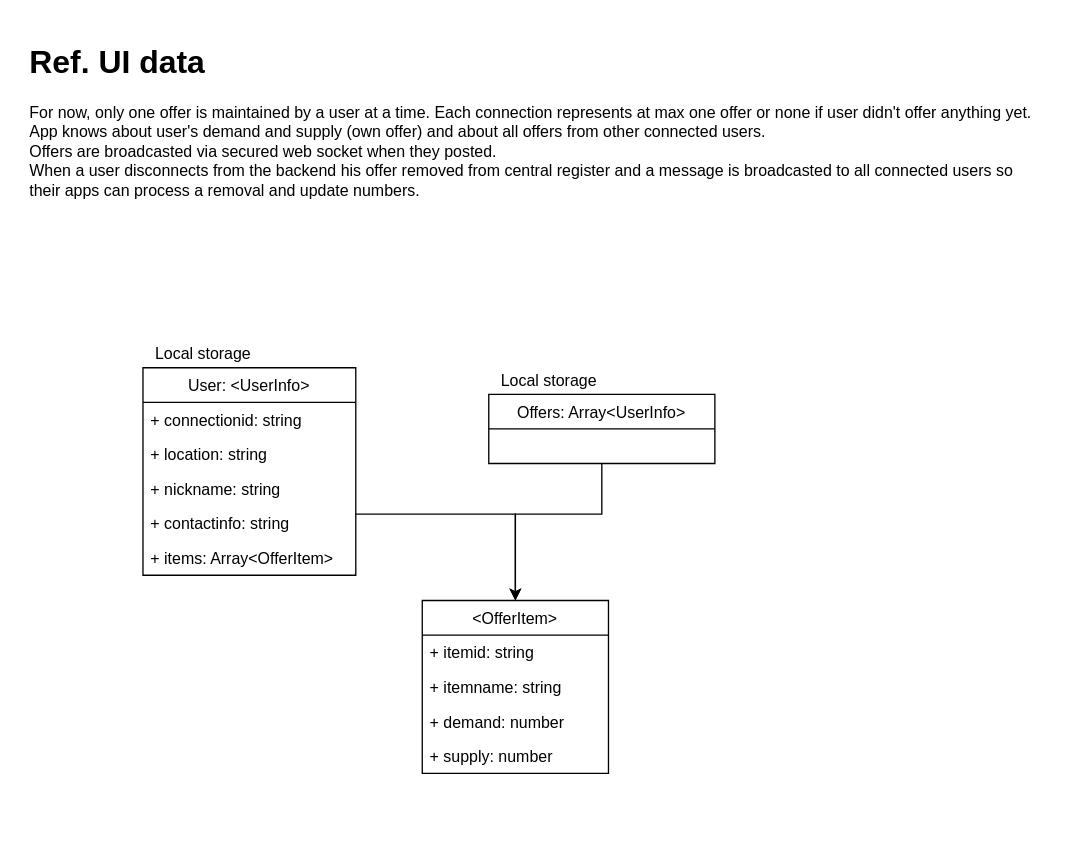
This is page "Datamodel" (2 of 7) of specs/Overview.drawio from cptn-solo/edmarketplace, a draw.io file, before an edit. Source tidied: cells renumbered, new cells numbered last; positions are measured from the earlier drawing's top-left corner, leaving out a move shared by most shapes. Both pictures are drawn from the tidied source at 133%, with x=0, y=0 at pixel (23, 36).
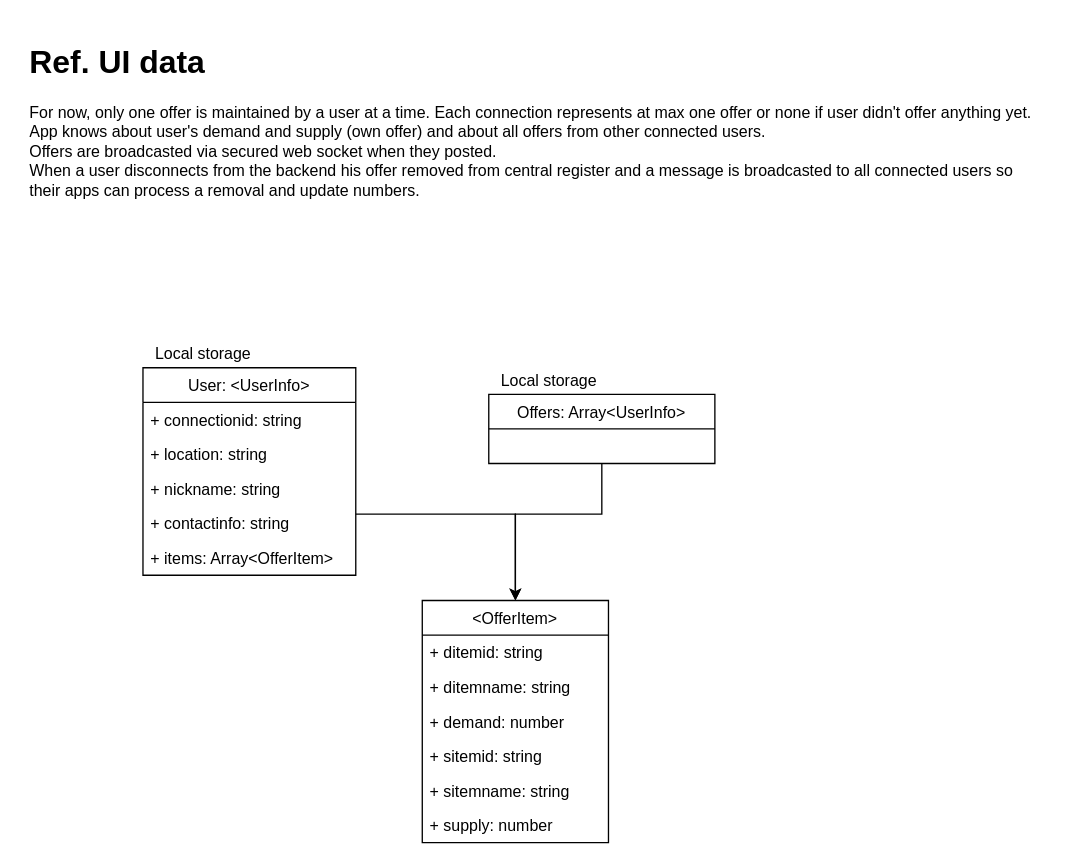
After the change.

Change to the diagram source:
```diff
@@
     <mxCell id="11" value="&lt;OfferItem&gt;" style="swimlane;fontStyle=0;horizontal=1;startSize=26;fillColor=none;" parent="1" vertex="1">
-      <mxGeometry x="300" y="424" width="140" height="130" as="geometry" />
+      <mxGeometry x="300" y="424" width="140" height="182" as="geometry" />
     </mxCell>
-    <mxCell id="12" value="+ itemid: string" style="text;strokeColor=none;fillColor=none;align=left;verticalAlign=top;spacingLeft=4;spacingRight=4;overflow=hidden;" parent="11" vertex="1">
+    <mxCell id="12" value="+ ditemid: string" style="text;strokeColor=none;fillColor=none;align=left;verticalAlign=top;spacingLeft=4;spacingRight=4;overflow=hidden;" parent="11" vertex="1">
       <mxGeometry y="26" width="140" height="26" as="geometry" />
     </mxCell>
-    <mxCell id="13" value="+ itemname: string" style="text;strokeColor=none;fillColor=none;align=left;verticalAlign=top;spacingLeft=4;spacingRight=4;overflow=hidden;" parent="11" vertex="1">
+    <mxCell id="13" value="+ ditemname: string" style="text;strokeColor=none;fillColor=none;align=left;verticalAlign=top;spacingLeft=4;spacingRight=4;overflow=hidden;" parent="11" vertex="1">
       <mxGeometry y="52" width="140" height="26" as="geometry" />
     </mxCell>
@@
-    <mxCell id="15" value="+ supply: number" style="text;strokeColor=none;fillColor=none;align=left;verticalAlign=top;spacingLeft=4;spacingRight=4;overflow=hidden;" parent="11" vertex="1">
+    <mxCell id="15" value="+ sitemid: string" style="text;strokeColor=none;fillColor=none;align=left;verticalAlign=top;spacingLeft=4;spacingRight=4;overflow=hidden;" parent="11" vertex="1">
       <mxGeometry y="104" width="140" height="26" as="geometry" />
     </mxCell>
+    <mxCell id="19" value="+ sitemname: string" style="text;strokeColor=none;fillColor=none;align=left;verticalAlign=top;spacingLeft=4;spacingRight=4;overflow=hidden;" parent="11" vertex="1">
+      <mxGeometry y="130" width="140" height="26" as="geometry" />
+    </mxCell>
+    <mxCell id="20" value="+ supply: number" style="text;strokeColor=none;fillColor=none;align=left;verticalAlign=top;spacingLeft=4;spacingRight=4;overflow=hidden;" parent="11" vertex="1">
+      <mxGeometry y="156" width="140" height="26" as="geometry" />
+    </mxCell>
```
